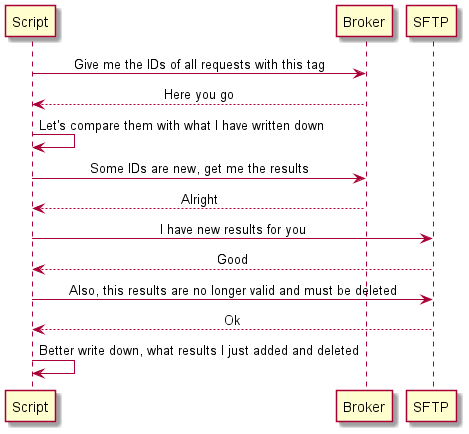
aktin/broker-sftp-uploader keeps this PlantUML diagram as docs/sequence.png. Above is the earlier version. Its diagram source:
```plantuml
@startuml
skinparam sequenceMessageAlign center

Script -> Broker : Give me the IDs of all requests with this tag
Script <-- Broker : Here you go

Script -> Script : Let's compare them with what I have written down

Script -> Broker : Some IDs are new, get me the results
Script <-- Broker : Alright

Script -> SFTP : I have new results for you
Script <-- SFTP : Good

Script -> SFTP : Also, this results are no longer valid and must be deleted
Script <-- SFTP : Ok

Script -> Script : Better write down, what results I just added and deleted

@enduml
```
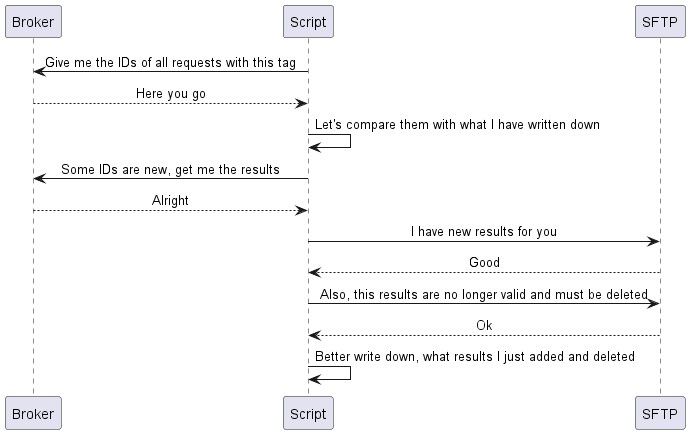
After the change.

What changed in the source:
```diff
@@ -1,5 +1,9 @@
 @startuml
 skinparam sequenceMessageAlign center
+
+participant Broker
+participant Script
+participant SFTP
 
 Script -> Broker : Give me the IDs of all requests with this tag
 Script <-- Broker : Here you go
```
